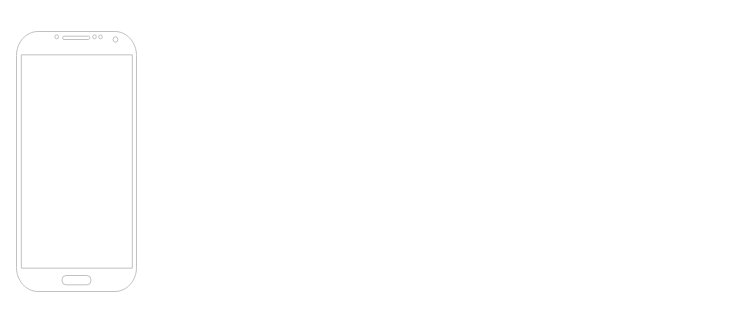
This is Untitled Diagram.drawio from kmsanjar47/software-diagrams, a draw.io file, before an edit. Source tidied: cells renumbered, new cells numbered last; positions are measured from the earlier drawing's top-left corner, leaving out a move shared by most shapes. Both pictures are drawn from the tidied source at 100%, with x=0, y=0 at pixel (16, 31).
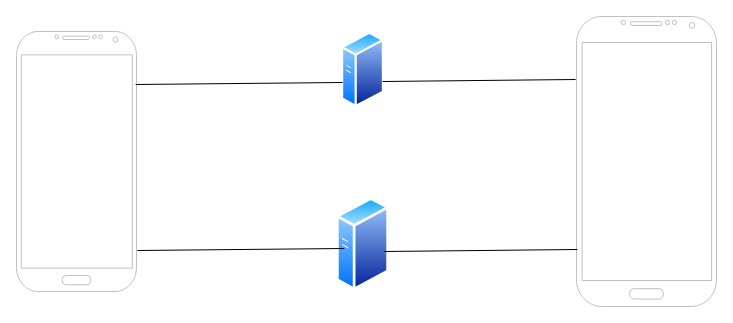
Above is the later version.

Diff of the diagram source:
```diff
@@
-<mxGraphModel>
+<mxGraphModel background="#ffffff">
   <root>
     <mxCell id="0" />
     <mxCell id="1" parent="0" />
     <mxCell id="2" style="verticalLabelPosition=bottom;verticalAlign=top;html=1;shadow=0;dashed=0;strokeWidth=1;shape=mxgraph.android.phone2;strokeColor=#c0c0c0;" parent="1" vertex="1">
       <mxGeometry width="120" height="260" as="geometry" />
     </mxCell>
+    <mxCell id="3" style="verticalLabelPosition=bottom;verticalAlign=top;html=1;shadow=0;dashed=0;strokeWidth=1;shape=mxgraph.android.phone2;strokeColor=#c0c0c0;" parent="1" vertex="1">
+      <mxGeometry x="560" y="-15" width="140" height="290" as="geometry" />
+    </mxCell>
+    <mxCell id="4" style="image;perimeter=ellipsePerimeter;html=1;align=center;shadow=0;dashed=0;spacingTop=3;image=img/lib/active_directory/generic_server.svg;" parent="1" vertex="1">
+      <mxGeometry x="320" y="165.4" width="53" height="94.6" as="geometry" />
+    </mxCell>
+    <mxCell id="5" style="image;perimeter=ellipsePerimeter;html=1;align=center;shadow=0;dashed=0;spacingTop=3;image=img/lib/active_directory/generic_server.svg;" parent="1" vertex="1">
+      <mxGeometry x="325" width="43" height="76.8" as="geometry" />
+    </mxCell>
+    <mxCell id="6" style="shape=link;html=1;rounded=0;width=166;" parent="1" edge="1">
+      <mxGeometry relative="1" as="geometry">
+        <mxPoint x="120" y="136" as="sourcePoint" />
+        <mxPoint x="327" y="134" as="targetPoint" />
+      </mxGeometry>
+    </mxCell>
+    <mxCell id="7" style="shape=link;html=1;rounded=0;width=170;" parent="1" edge="1">
+      <mxGeometry relative="1" as="geometry">
+        <mxPoint x="367" y="135" as="sourcePoint" />
+        <mxPoint x="560" y="133" as="targetPoint" />
+      </mxGeometry>
+    </mxCell>
   </root>
 </mxGraphModel>
```
